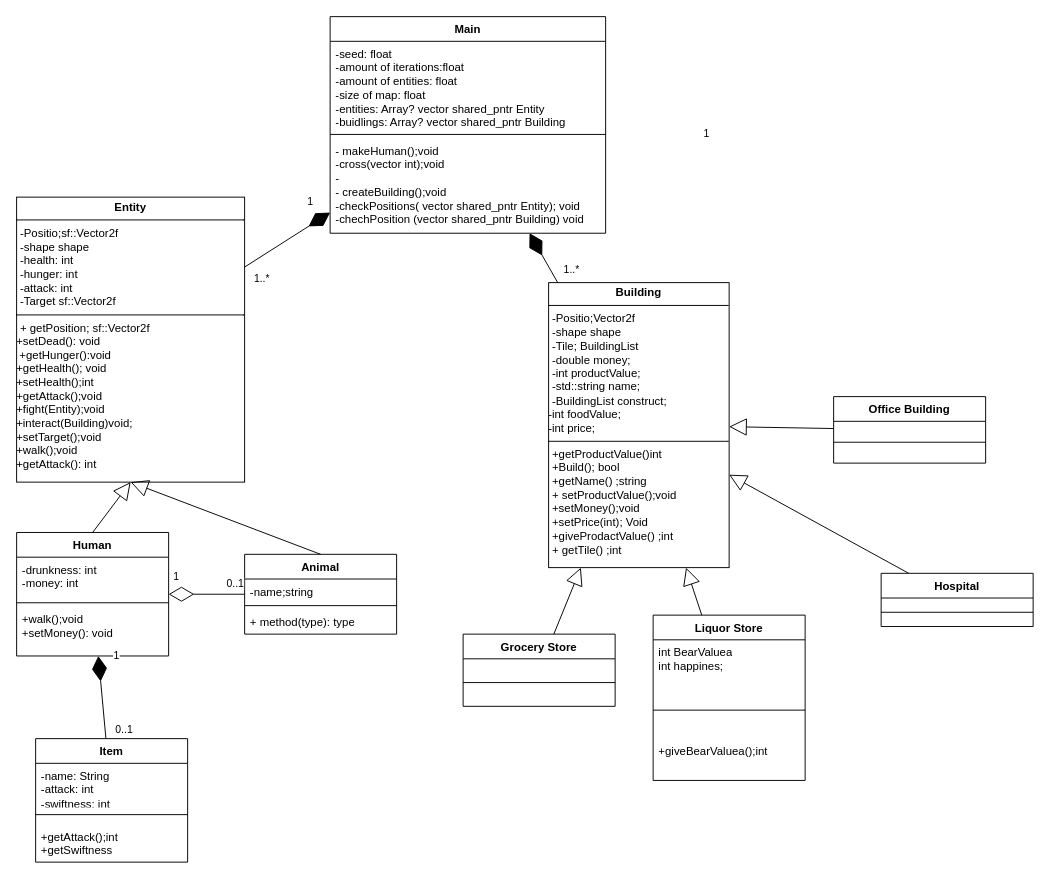
The draw.io diagram drawio/Diagram bez tytułu.drawio in KacKep/city_simulator, before the edit. Source tidied: cells renumbered, new cells numbered last; positions are measured from the earlier drawing's top-left corner, leaving out a move shared by most shapes. Both pictures are drawn from the tidied source at 95%, with x=0, y=0 at pixel (16, 16).
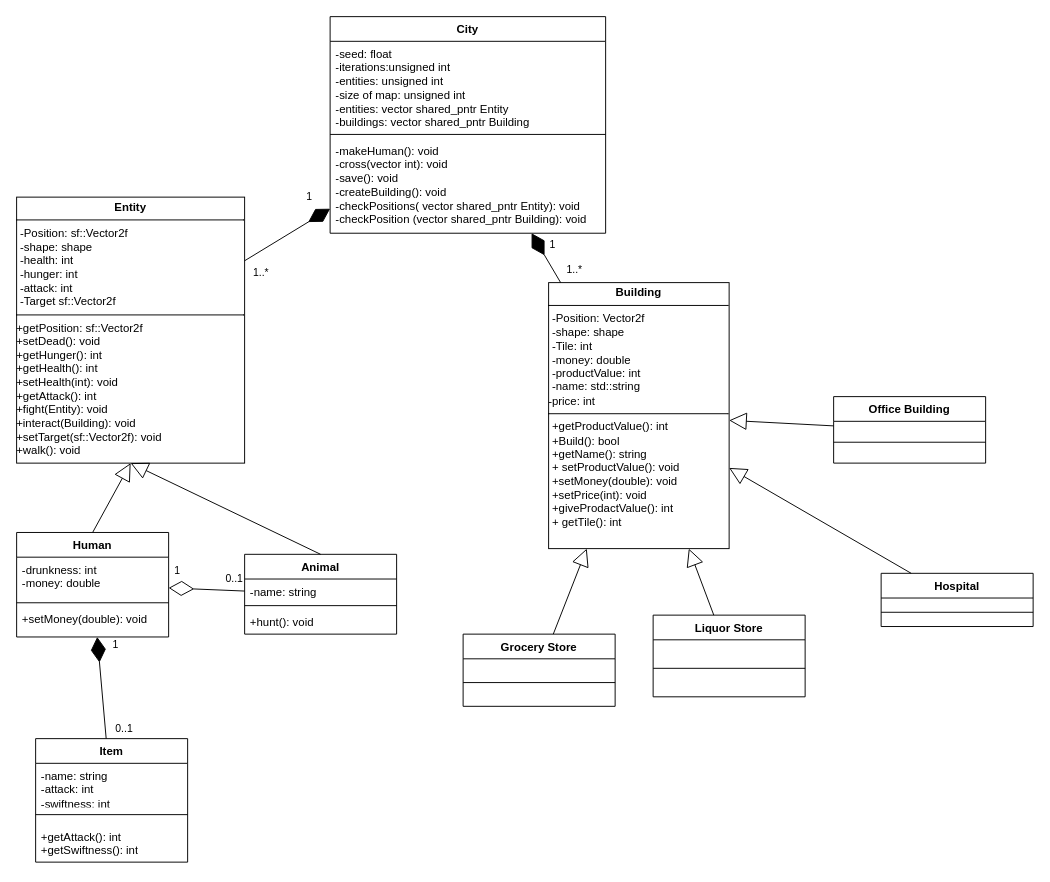
Above is the later version.

Unchanged cells that the change refers to:
```xml
<mxCell id="12" value="Animal" style="swimlane;fontStyle=1;align=center;verticalAlign=top;horizontal=1;startSize=26;whiteSpace=wrap;html=1;" parent="1" vertex="1">
  <mxGeometry x="240" y="566" width="160" height="84" as="geometry" />
</mxCell>
<mxCell id="16" value="Item" style="swimlane;fontStyle=1;align=center;verticalAlign=top;horizontal=1;startSize=26;whiteSpace=wrap;html=1;" parent="1" vertex="1">
  <mxGeometry x="20" y="760" width="160" height="130" as="geometry" />
</mxCell>
<mxCell id="42" value="1..*" style="endArrow=diamondThin;endFill=1;endSize=24;html=1;rounded=0;" parent="1" edge="1" source="7" target="2">
  <mxGeometry x="-0.84" y="-20" relative="1" as="geometry" />
</mxCell>
```

Diff of the diagram source:
```diff
@@
-    <mxCell id="2" value="Main" style="swimlane;fontStyle=1;align=center;verticalAlign=top;horizontal=1;startSize=26;whiteSpace=wrap;html=1;" parent="1" vertex="1">
+    <mxCell id="2" value="City" style="swimlane;fontStyle=1;align=center;verticalAlign=top;horizontal=1;startSize=26;whiteSpace=wrap;html=1;" parent="1" vertex="1">
       <mxGeometry x="330" width="290" height="228" as="geometry" />
     </mxCell>
-    <mxCell id="3" value="&lt;div&gt;-seed: float&lt;/div&gt;&lt;div&gt;-amount of iterations:float&lt;/div&gt;&lt;div&gt;-amount of entities: float&lt;/div&gt;&lt;div&gt;-size of map: float&lt;/div&gt;&lt;div&gt;-entities: Array? vector shared_pntr Entity&lt;/div&gt;&lt;div&gt;-buidlings: Array? vector shared_pntr Building&lt;/div&gt;&lt;div&gt;&lt;br&gt;&lt;/div&gt;&lt;div&gt;&lt;br&gt;&lt;/div&gt;" style="text;strokeColor=none;fillColor=none;align=left;verticalAlign=top;spacingLeft=4;spacingRight=4;overflow=hidden;whiteSpace=wrap;html=1;" parent="2" vertex="1">
+    <mxCell id="3" value="&lt;div&gt;-seed: float&lt;/div&gt;&lt;div&gt;-iterations:&lt;span class=&quot;html-span xdj266r x11i5rnm xat24cr x1mh8g0r xexx8yu x4uap5 x18d9i69 xkhd6sd x1hl2dhg x16tdsg8 x1vvkbs x4k7w5x x1h91t0o x1h9r5lt x1jfb8zj xv2umb2 x1beo9mf xaigb6o x12ejxvf x3igimt xarpa2k xedcshv x1lytzrv x1t2pt76 x7ja8zs x1qrby5j&quot;&gt;&lt;span dir=&quot;auto&quot; style=&quot;----base-line-clamp-line-height: 19.9995px; --lineHeight: 19.9995px;&quot; class=&quot;x1lliihq x1plvlek xryxfnj x1n2onr6 x1ji0vk5 x18bv5gf x193iq5w xeuugli x13faqbe x1vvkbs x1s928wv xhkezso x1gmr53x x1cpjm7i x1fgarty x1943h6x x1xmvt09 x6prxxf x1fcty0u xw2npq5 xudqn12 x3x7a5m xq9mrsl&quot;&gt;unsigned int&lt;/span&gt;&lt;/span&gt;&lt;/div&gt;&lt;div&gt;-entities: &lt;span class=&quot;html-span xdj266r x11i5rnm xat24cr x1mh8g0r xexx8yu x4uap5 x18d9i69 xkhd6sd x1hl2dhg x16tdsg8 x1vvkbs x4k7w5x x1h91t0o x1h9r5lt x1jfb8zj xv2umb2 x1beo9mf xaigb6o x12ejxvf x3igimt xarpa2k xedcshv x1lytzrv x1t2pt76 x7ja8zs x1qrby5j&quot;&gt;&lt;span dir=&quot;auto&quot; style=&quot;----base-line-clamp-line-height: 19.9995px; --lineHeight: 19.9995px;&quot; class=&quot;x1lliihq x1plvlek xryxfnj x1n2onr6 x1ji0vk5 x18bv5gf x193iq5w xeuugli x13faqbe x1vvkbs x1s928wv xhkezso x1gmr53x x1cpjm7i x1fgarty x1943h6x x1xmvt09 x6prxxf x1fcty0u xw2npq5 xudqn12 x3x7a5m xq9mrsl&quot;&gt;unsigned int&lt;/span&gt;&lt;/span&gt;&lt;/div&gt;&lt;div&gt;-size of map: &lt;span class=&quot;html-span xdj266r x11i5rnm xat24cr x1mh8g0r xexx8yu x4uap5 x18d9i69 xkhd6sd x1hl2dhg x16tdsg8 x1vvkbs x4k7w5x x1h91t0o x1h9r5lt x1jfb8zj xv2umb2 x1beo9mf xaigb6o x12ejxvf x3igimt xarpa2k xedcshv x1lytzrv x1t2pt76 x7ja8zs x1qrby5j&quot;&gt;&lt;span dir=&quot;auto&quot; style=&quot;----base-line-clamp-line-height: 19.9995px; --lineHeight: 19.9995px;&quot; class=&quot;x1lliihq x1plvlek xryxfnj x1n2onr6 x1ji0vk5 x18bv5gf x193iq5w xeuugli x13faqbe x1vvkbs x1s928wv xhkezso x1gmr53x x1cpjm7i x1fgarty x1943h6x x1xmvt09 x6prxxf x1fcty0u xw2npq5 xudqn12 x3x7a5m xq9mrsl&quot;&gt;unsigned int&lt;/span&gt;&lt;/span&gt;&lt;/div&gt;&lt;div&gt;-entities: vector shared_pntr Entity&lt;/div&gt;&lt;div&gt;-buildings: vector shared_pntr Building&lt;/div&gt;&lt;div&gt;&lt;br&gt;&lt;/div&gt;&lt;div&gt;&lt;br&gt;&lt;/div&gt;" style="text;strokeColor=none;fillColor=none;align=left;verticalAlign=top;spacingLeft=4;spacingRight=4;overflow=hidden;whiteSpace=wrap;html=1;" parent="2" vertex="1">
       <mxGeometry y="26" width="290" height="94" as="geometry" />
     </mxCell>
@@
-    <mxCell id="5" value="&lt;div&gt;- makeHuman();void&lt;/div&gt;&lt;div&gt;-cross(vector int);void&lt;/div&gt;&lt;div&gt;-&lt;/div&gt;&lt;div&gt;- createBuilding();void&lt;/div&gt;&lt;div&gt;-checkPositions(&amp;nbsp;&lt;span style=&quot;background-color: transparent; color: light-dark(rgb(0, 0, 0), rgb(255, 255, 255));&quot;&gt;vector shared_pntr Entity); void&lt;br&gt;&lt;/span&gt;-chechPosition (&lt;span style=&quot;background-color: transparent; color: light-dark(rgb(0, 0, 0), rgb(255, 255, 255));&quot;&gt;vector shared_pntr Building&lt;/span&gt;&lt;span style=&quot;background-color: transparent; color: light-dark(rgb(0, 0, 0), rgb(255, 255, 255));&quot;&gt;) void&lt;/span&gt;&lt;/div&gt;" style="text;strokeColor=none;fillColor=none;align=left;verticalAlign=top;spacingLeft=4;spacingRight=4;overflow=hidden;whiteSpace=wrap;html=1;" parent="2" vertex="1">
+    <mxCell id="5" value="&lt;div&gt;-makeHuman(): void&lt;/div&gt;&lt;div&gt;-cross(vector int): void&lt;/div&gt;&lt;div&gt;-&lt;span class=&quot;html-span xdj266r x11i5rnm xat24cr x1mh8g0r xexx8yu x4uap5 x18d9i69 xkhd6sd x1hl2dhg x16tdsg8 x1vvkbs x4k7w5x x1h91t0o x1h9r5lt x1jfb8zj xv2umb2 x1beo9mf xaigb6o x12ejxvf x3igimt xarpa2k xedcshv x1lytzrv x1t2pt76 x7ja8zs x1qrby5j&quot;&gt;&lt;span dir=&quot;auto&quot; style=&quot;----base-line-clamp-line-height: 19.9995px; --lineHeight: 19.9995px;&quot; class=&quot;x1lliihq x1plvlek xryxfnj x1n2onr6 x1ji0vk5 x18bv5gf x193iq5w xeuugli x13faqbe x1vvkbs x1s928wv xhkezso x1gmr53x x1cpjm7i x1fgarty x1943h6x x1xmvt09 x6prxxf x1fcty0u xnba3h0 xudqn12 x3x7a5m xq9mrsl&quot;&gt;save(): void&lt;/span&gt;&lt;/span&gt;&lt;/div&gt;&lt;div&gt;-createBuilding(): void&lt;/div&gt;&lt;div&gt;-checkPositions(&amp;nbsp;&lt;span style=&quot;background-color: transparent; color: light-dark(rgb(0, 0, 0), rgb(255, 255, 255));&quot;&gt;vector shared_pntr Entity): void&lt;br&gt;&lt;/span&gt;-checkPosition (&lt;span style=&quot;background-color: transparent; color: light-dark(rgb(0, 0, 0), rgb(255, 255, 255));&quot;&gt;vector shared_pntr Building&lt;/span&gt;&lt;span style=&quot;background-color: transparent; color: light-dark(rgb(0, 0, 0), rgb(255, 255, 255));&quot;&gt;): void&lt;/span&gt;&lt;/div&gt;" style="text;strokeColor=none;fillColor=none;align=left;verticalAlign=top;spacingLeft=4;spacingRight=4;overflow=hidden;whiteSpace=wrap;html=1;" parent="2" vertex="1">
       <mxGeometry y="128" width="290" height="100" as="geometry" />
     </mxCell>
-    <mxCell id="6" value="&lt;p style=&quot;margin:0px;margin-top:4px;text-align:center;&quot;&gt;&lt;b&gt;Entity&lt;/b&gt;&lt;/p&gt;&lt;hr size=&quot;1&quot; style=&quot;border-style:solid;&quot;&gt;&lt;p style=&quot;margin: 0px 0px 0px 4px;&quot;&gt;-Positio;sf::Vector2f&lt;/p&gt;&lt;p style=&quot;margin: 0px 0px 0px 4px;&quot;&gt;-shape shape&lt;/p&gt;&lt;p style=&quot;margin:0px;margin-left:4px;&quot;&gt;&lt;span style=&quot;background-color: transparent; color: light-dark(rgb(0, 0, 0), rgb(255, 255, 255));&quot;&gt;-health: int&lt;/span&gt;&lt;/p&gt;&lt;p style=&quot;margin:0px;margin-left:4px;&quot;&gt;&lt;span style=&quot;background-color: transparent; color: light-dark(rgb(0, 0, 0), rgb(255, 255, 255));&quot;&gt;-hunger: int&lt;/span&gt;&lt;/p&gt;&lt;p style=&quot;margin:0px;margin-left:4px;&quot;&gt;-attack: int&lt;/p&gt;&lt;p style=&quot;margin:0px;margin-left:4px;&quot;&gt;-Target sf::Vector2f&lt;/p&gt;&lt;hr size=&quot;1&quot; style=&quot;border-style:solid;&quot;&gt;&lt;p style=&quot;margin:0px;margin-left:4px;&quot;&gt;+ getPosition&lt;span style=&quot;background-color: transparent; color: light-dark(rgb(0, 0, 0), rgb(255, 255, 255));&quot;&gt;;&amp;nbsp;&lt;/span&gt;&lt;span style=&quot;background-color: transparent; color: light-dark(rgb(0, 0, 0), rgb(255, 255, 255));&quot;&gt;sf::Vector2f&lt;/span&gt;&lt;/p&gt;&lt;div&gt;+setDead(): void&lt;br&gt;&amp;nbsp;+getHunger():void&lt;/div&gt;&lt;div&gt;+getHealth(); void&lt;/div&gt;&lt;div&gt;+setHealth();int&lt;/div&gt;&lt;div&gt;+getAttack();void&lt;/div&gt;&lt;div&gt;+fight(Entity);void&lt;br&gt;+interact(Building)void;&lt;/div&gt;&lt;div&gt;+setTarget();void&lt;/div&gt;&lt;div&gt;+walk();void&lt;/div&gt;&lt;div&gt;+getAttack(): int&lt;/div&gt;" style="verticalAlign=top;align=left;overflow=fill;html=1;whiteSpace=wrap;" parent="1" vertex="1">
-      <mxGeometry y="190" width="240" height="300" as="geometry" />
+    <mxCell id="6" value="&lt;p style=&quot;margin:0px;margin-top:4px;text-align:center;&quot;&gt;&lt;b&gt;Entity&lt;/b&gt;&lt;/p&gt;&lt;hr size=&quot;1&quot; style=&quot;border-style:solid;&quot;&gt;&lt;p style=&quot;margin: 0px 0px 0px 4px;&quot;&gt;-Position: sf::Vector2f&lt;/p&gt;&lt;p style=&quot;margin: 0px 0px 0px 4px;&quot;&gt;-shape: shape&lt;/p&gt;&lt;p style=&quot;margin:0px;margin-left:4px;&quot;&gt;&lt;span style=&quot;background-color: transparent; color: light-dark(rgb(0, 0, 0), rgb(255, 255, 255));&quot;&gt;-health: int&lt;/span&gt;&lt;/p&gt;&lt;p style=&quot;margin:0px;margin-left:4px;&quot;&gt;&lt;span style=&quot;background-color: transparent; color: light-dark(rgb(0, 0, 0), rgb(255, 255, 255));&quot;&gt;-hunger: int&lt;/span&gt;&lt;/p&gt;&lt;p style=&quot;margin:0px;margin-left:4px;&quot;&gt;-attack: int&lt;/p&gt;&lt;p style=&quot;margin:0px;margin-left:4px;&quot;&gt;-Target sf::Vector2f&lt;/p&gt;&lt;hr size=&quot;1&quot; style=&quot;border-style:solid;&quot;&gt;+getPosition&lt;span style=&quot;background-color: transparent; color: light-dark(rgb(0, 0, 0), rgb(255, 255, 255));&quot;&gt;: &lt;/span&gt;&lt;span style=&quot;background-color: transparent; color: light-dark(rgb(0, 0, 0), rgb(255, 255, 255));&quot;&gt;sf::Vector2f&lt;/span&gt;&lt;div&gt;+setDead(): void&lt;br&gt;+getHunger(): int&lt;/div&gt;&lt;div&gt;+getHealth(): int&lt;/div&gt;&lt;div&gt;+setHealth(int): void&lt;/div&gt;&lt;div&gt;+getAttack(): int&lt;/div&gt;&lt;div&gt;+fight(Entity): void&lt;br&gt;+interact(Building): void&lt;/div&gt;&lt;div&gt;+setTarget(&lt;span style=&quot;background-color: transparent; color: light-dark(rgb(0, 0, 0), rgb(255, 255, 255));&quot;&gt;&lt;/span&gt;&lt;span style=&quot;background-color: transparent; color: light-dark(rgb(0, 0, 0), rgb(255, 255, 255));&quot;&gt;sf::Vector2f&lt;/span&gt;): void&lt;/div&gt;&lt;div&gt;+walk(): void&lt;/div&gt;" style="verticalAlign=top;align=left;overflow=fill;html=1;whiteSpace=wrap;" parent="1" vertex="1">
+      <mxGeometry y="190" width="240" height="280" as="geometry" />
     </mxCell>
-    <mxCell id="7" value="&lt;p style=&quot;margin:0px;margin-top:4px;text-align:center;&quot;&gt;&lt;b&gt;Building&lt;/b&gt;&lt;/p&gt;&lt;hr size=&quot;1&quot; style=&quot;border-style:solid;&quot;&gt;&lt;p style=&quot;margin:0px;margin-left:4px;&quot;&gt;-Positio;Vector2f&lt;/p&gt;&lt;p style=&quot;margin:0px;margin-left:4px;&quot;&gt;-shape shape&lt;/p&gt;&lt;p style=&quot;margin:0px;margin-left:4px;&quot;&gt;-Tile; BuildingList&lt;br&gt;&lt;/p&gt;&lt;p style=&quot;margin:0px;margin-left:4px;&quot;&gt;-double money;&lt;/p&gt;&lt;p style=&quot;margin:0px;margin-left:4px;&quot;&gt;-int productValue;&lt;/p&gt;&lt;p style=&quot;margin:0px;margin-left:4px;&quot;&gt;-std::string name;&lt;/p&gt;&lt;p style=&quot;margin:0px;margin-left:4px;&quot;&gt;-BuildingList construct;&lt;/p&gt;&lt;div&gt;-int foodValue;&lt;/div&gt;&lt;div&gt;-int price;&lt;/div&gt;&lt;p style=&quot;margin:0px;margin-left:4px;&quot;&gt;&lt;/p&gt;&lt;hr size=&quot;1&quot; style=&quot;border-style:solid;&quot;&gt;&lt;p style=&quot;margin:0px;margin-left:4px;&quot;&gt;+getProductValue()int&lt;/p&gt;&lt;p style=&quot;margin:0px;margin-left:4px;&quot;&gt;+Build(); bool&lt;/p&gt;&lt;p style=&quot;margin:0px;margin-left:4px;&quot;&gt;+getName() ;&lt;span style=&quot;background-color: transparent; color: light-dark(rgb(0, 0, 0), rgb(255, 255, 255));&quot;&gt;string&lt;/span&gt;&lt;/p&gt;&lt;p style=&quot;margin:0px;margin-left:4px;&quot;&gt;+ setProductValue();&lt;span style=&quot;background-color: transparent; color: light-dark(rgb(0, 0, 0), rgb(255, 255, 255));&quot;&gt;void&lt;/span&gt;&lt;/p&gt;&lt;p style=&quot;margin:0px;margin-left:4px;&quot;&gt;+setMoney();&lt;span style=&quot;background-color: transparent; color: light-dark(rgb(0, 0, 0), rgb(255, 255, 255));&quot;&gt;void&lt;/span&gt;&lt;span style=&quot;background-color: transparent; color: light-dark(rgb(0, 0, 0), rgb(255, 255, 255));&quot;&gt;&amp;nbsp;&lt;/span&gt;&lt;/p&gt;&lt;p style=&quot;margin:0px;margin-left:4px;&quot;&gt;&lt;span style=&quot;background-color: transparent; color: light-dark(rgb(0, 0, 0), rgb(255, 255, 255));&quot;&gt;+setPrice(int); Void&lt;/span&gt;&lt;/p&gt;&lt;p style=&quot;margin:0px;margin-left:4px;&quot;&gt;+giveProdactValue() ;&lt;span style=&quot;background-color: transparent; color: light-dark(rgb(0, 0, 0), rgb(255, 255, 255));&quot;&gt;int&lt;/span&gt;&lt;span style=&quot;background-color: transparent; color: light-dark(rgb(0, 0, 0), rgb(255, 255, 255));&quot;&gt;&amp;nbsp;&lt;/span&gt;&lt;/p&gt;&lt;p style=&quot;margin:0px;margin-left:4px;&quot;&gt;+ getTile() ;int&lt;/p&gt;" style="verticalAlign=top;align=left;overflow=fill;html=1;whiteSpace=wrap;" parent="1" vertex="1">
-      <mxGeometry x="560" y="280" width="190" height="300" as="geometry" />
+    <mxCell id="7" value="&lt;p style=&quot;margin:0px;margin-top:4px;text-align:center;&quot;&gt;&lt;b&gt;Building&lt;/b&gt;&lt;/p&gt;&lt;hr size=&quot;1&quot; style=&quot;border-style:solid;&quot;&gt;&lt;p style=&quot;margin:0px;margin-left:4px;&quot;&gt;-Position: Vector2f&lt;/p&gt;&lt;p style=&quot;margin:0px;margin-left:4px;&quot;&gt;-shape: shape&lt;/p&gt;&lt;p style=&quot;margin:0px;margin-left:4px;&quot;&gt;-Tile: int&lt;/p&gt;&lt;p style=&quot;margin:0px;margin-left:4px;&quot;&gt;-money: double&lt;/p&gt;&lt;p style=&quot;margin:0px;margin-left:4px;&quot;&gt;-productValue: int&lt;/p&gt;&lt;p style=&quot;margin:0px;margin-left:4px;&quot;&gt;-name: std::string&lt;/p&gt;&lt;div&gt;-price: int&lt;/div&gt;&lt;p style=&quot;margin:0px;margin-left:4px;&quot;&gt;&lt;/p&gt;&lt;hr size=&quot;1&quot; style=&quot;border-style:solid;&quot;&gt;&lt;p style=&quot;margin:0px;margin-left:4px;&quot;&gt;+getProductValue(): int&lt;/p&gt;&lt;p style=&quot;margin:0px;margin-left:4px;&quot;&gt;+Build(): bool&lt;/p&gt;&lt;p style=&quot;margin:0px;margin-left:4px;&quot;&gt;+getName(): &lt;span style=&quot;background-color: transparent; color: light-dark(rgb(0, 0, 0), rgb(255, 255, 255));&quot;&gt;string&lt;/span&gt;&lt;/p&gt;&lt;p style=&quot;margin:0px;margin-left:4px;&quot;&gt;+ setProductValue(): &lt;span style=&quot;background-color: transparent; color: light-dark(rgb(0, 0, 0), rgb(255, 255, 255));&quot;&gt;void&lt;/span&gt;&lt;/p&gt;&lt;p style=&quot;margin:0px;margin-left:4px;&quot;&gt;+setMoney(double): &lt;span style=&quot;background-color: transparent; color: light-dark(rgb(0, 0, 0), rgb(255, 255, 255));&quot;&gt;void&lt;/span&gt;&lt;span style=&quot;background-color: transparent; color: light-dark(rgb(0, 0, 0), rgb(255, 255, 255));&quot;&gt;&amp;nbsp;&lt;/span&gt;&lt;/p&gt;&lt;p style=&quot;margin:0px;margin-left:4px;&quot;&gt;&lt;span style=&quot;background-color: transparent; color: light-dark(rgb(0, 0, 0), rgb(255, 255, 255));&quot;&gt;+setPrice(int): void&lt;/span&gt;&lt;/p&gt;&lt;p style=&quot;margin:0px;margin-left:4px;&quot;&gt;+giveProdactValue(): &lt;span style=&quot;background-color: transparent; color: light-dark(rgb(0, 0, 0), rgb(255, 255, 255));&quot;&gt;int&lt;/span&gt;&lt;span style=&quot;background-color: transparent; color: light-dark(rgb(0, 0, 0), rgb(255, 255, 255));&quot;&gt;&amp;nbsp;&lt;/span&gt;&lt;/p&gt;&lt;p style=&quot;margin:0px;margin-left:4px;&quot;&gt;+ getTile(): int&lt;/p&gt;" style="verticalAlign=top;align=left;overflow=fill;html=1;whiteSpace=wrap;" parent="1" vertex="1">
+      <mxGeometry x="560" y="280" width="190" height="280" as="geometry" />
     </mxCell>
     <mxCell id="8" value="Human" style="swimlane;fontStyle=1;align=center;verticalAlign=top;horizontal=1;startSize=26;whiteSpace=wrap;html=1;" parent="1" vertex="1">
-      <mxGeometry y="543" width="160" height="130" as="geometry" />
+      <mxGeometry y="543" width="160" height="110" as="geometry" />
     </mxCell>
-    <mxCell id="9" value="&lt;div&gt;&lt;span style=&quot;background-color: transparent; color: light-dark(rgb(0, 0, 0), rgb(255, 255, 255));&quot;&gt;-drunkness: int&lt;/span&gt;&lt;/div&gt;&lt;div&gt;-money: int&lt;/div&gt;" style="text;strokeColor=none;fillColor=none;align=left;verticalAlign=top;spacingLeft=4;spacingRight=4;overflow=hidden;whiteSpace=wrap;html=1;" parent="8" vertex="1">
+    <mxCell id="9" value="&lt;div&gt;&lt;span style=&quot;background-color: transparent; color: light-dark(rgb(0, 0, 0), rgb(255, 255, 255));&quot;&gt;-drunkness: int&lt;/span&gt;&lt;/div&gt;&lt;div&gt;-money: double&lt;/div&gt;" style="text;strokeColor=none;fillColor=none;align=left;verticalAlign=top;spacingLeft=4;spacingRight=4;overflow=hidden;whiteSpace=wrap;html=1;" parent="8" vertex="1">
       <mxGeometry y="26" width="160" height="44" as="geometry" />
     </mxCell>
@@
-    <mxCell id="11" value="&lt;div&gt;&lt;span style=&quot;background-color: transparent; color: light-dark(rgb(0, 0, 0), rgb(255, 255, 255));&quot;&gt;+walk();void&lt;/span&gt;&lt;/div&gt;&lt;div&gt;&lt;span style=&quot;background-color: transparent; color: light-dark(rgb(0, 0, 0), rgb(255, 255, 255));&quot;&gt;+setMoney(): void&lt;/span&gt;&lt;/div&gt;" style="text;strokeColor=none;fillColor=none;align=left;verticalAlign=top;spacingLeft=4;spacingRight=4;overflow=hidden;whiteSpace=wrap;html=1;" parent="8" vertex="1">
-      <mxGeometry y="78" width="160" height="52" as="geometry" />
+    <mxCell id="11" value="&lt;div&gt;&lt;span style=&quot;background-color: transparent; color: light-dark(rgb(0, 0, 0), rgb(255, 255, 255));&quot;&gt;+setMoney(double): void&lt;/span&gt;&lt;/div&gt;" style="text;strokeColor=none;fillColor=none;align=left;verticalAlign=top;spacingLeft=4;spacingRight=4;overflow=hidden;whiteSpace=wrap;html=1;" parent="8" vertex="1">
+      <mxGeometry y="78" width="160" height="32" as="geometry" />
     </mxCell>
@@
-    <mxCell id="13" value="&lt;div&gt;&lt;span style=&quot;background-color: transparent; color: light-dark(rgb(0, 0, 0), rgb(255, 255, 255));&quot;&gt;-name;string&lt;/span&gt;&lt;/div&gt;" style="text;strokeColor=none;fillColor=none;align=left;verticalAlign=top;spacingLeft=4;spacingRight=4;overflow=hidden;whiteSpace=wrap;html=1;" parent="12" vertex="1">
+    <mxCell id="13" value="&lt;div&gt;&lt;span style=&quot;background-color: transparent; color: light-dark(rgb(0, 0, 0), rgb(255, 255, 255));&quot;&gt;-name: string&lt;/span&gt;&lt;/div&gt;" style="text;strokeColor=none;fillColor=none;align=left;verticalAlign=top;spacingLeft=4;spacingRight=4;overflow=hidden;whiteSpace=wrap;html=1;" parent="12" vertex="1">
       <mxGeometry y="26" width="160" height="24" as="geometry" />
     </mxCell>
@@
-    <mxCell id="15" value="+ method(type): type" style="text;strokeColor=none;fillColor=none;align=left;verticalAlign=top;spacingLeft=4;spacingRight=4;overflow=hidden;whiteSpace=wrap;html=1;" parent="12" vertex="1">
+    <mxCell id="15" value="+hunt(): void" style="text;strokeColor=none;fillColor=none;align=left;verticalAlign=top;spacingLeft=4;spacingRight=4;overflow=hidden;whiteSpace=wrap;html=1;" parent="12" vertex="1">
       <mxGeometry y="58" width="160" height="26" as="geometry" />
     </mxCell>
@@
-    <mxCell id="17" value="&lt;div&gt;-name: String&lt;/div&gt;&lt;div&gt;-attack: int&lt;/div&gt;&lt;div&gt;-swiftness: int&lt;/div&gt;" style="text;strokeColor=none;fillColor=none;align=left;verticalAlign=top;spacingLeft=4;spacingRight=4;overflow=hidden;whiteSpace=wrap;html=1;" parent="16" vertex="1">
+    <mxCell id="17" value="&lt;div&gt;-name: string&lt;/div&gt;&lt;div&gt;-attack: int&lt;/div&gt;&lt;div&gt;-swiftness: int&lt;/div&gt;" style="text;strokeColor=none;fillColor=none;align=left;verticalAlign=top;spacingLeft=4;spacingRight=4;overflow=hidden;whiteSpace=wrap;html=1;" parent="16" vertex="1">
       <mxGeometry y="26" width="160" height="44" as="geometry" />
     </mxCell>
@@
-    <mxCell id="19" value="+getAttack();int&lt;div&gt;+getSwiftness&lt;/div&gt;" style="text;strokeColor=none;fillColor=none;align=left;verticalAlign=top;spacingLeft=4;spacingRight=4;overflow=hidden;whiteSpace=wrap;html=1;" parent="16" vertex="1">
+    <mxCell id="19" value="+getAttack(): int&lt;div&gt;+getSwiftness(): int&lt;/div&gt;" style="text;strokeColor=none;fillColor=none;align=left;verticalAlign=top;spacingLeft=4;spacingRight=4;overflow=hidden;whiteSpace=wrap;html=1;" parent="16" vertex="1">
       <mxGeometry y="90" width="160" height="40" as="geometry" />
     </mxCell>
@@
     <mxCell id="24" value="Liquor Store" style="swimlane;fontStyle=1;align=center;verticalAlign=top;horizontal=1;startSize=26;whiteSpace=wrap;html=1;" parent="1" vertex="1">
-      <mxGeometry x="670" y="630" width="160" height="174" as="geometry" />
+      <mxGeometry x="670" y="630" width="160" height="86" as="geometry" />
     </mxCell>
-    <mxCell id="25" value="&lt;div&gt;int BearValuea&lt;/div&gt;&lt;div&gt;int happines;&lt;/div&gt;&lt;div&gt;&lt;br&gt;&lt;/div&gt;" style="text;strokeColor=none;fillColor=none;align=left;verticalAlign=top;spacingLeft=4;spacingRight=4;overflow=hidden;whiteSpace=wrap;html=1;" parent="24" vertex="1">
-      <mxGeometry y="26" width="160" height="44" as="geometry" />
-    </mxCell>
     <mxCell id="26" style="line;strokeWidth=1;fillColor=none;align=left;verticalAlign=middle;spacingTop=-1;spacingLeft=3;spacingRight=3;labelPosition=right;strokeColor=inherit;" parent="24" vertex="1">
-      <mxGeometry y="70" width="160" height="60" as="geometry" />
+      <mxGeometry y="26" width="160" height="60" as="geometry" />
     </mxCell>
-    <mxCell id="27" value="&lt;div&gt;+give&lt;span style=&quot;background-color: transparent; color: light-dark(rgb(0, 0, 0), rgb(255, 255, 255));&quot;&gt;BearValuea&lt;/span&gt;&lt;span style=&quot;background-color: transparent; color: light-dark(rgb(0, 0, 0), rgb(255, 255, 255));&quot;&gt;();int&lt;/span&gt;&lt;/div&gt;" style="text;strokeColor=none;fillColor=none;align=left;verticalAlign=top;spacingLeft=4;spacingRight=4;overflow=hidden;whiteSpace=wrap;html=1;" parent="24" vertex="1">
-      <mxGeometry y="130" width="160" height="44" as="geometry" />
-    </mxCell>
@@
     <mxCell id="43" value="1" style="edgeLabel;html=1;align=center;verticalAlign=middle;" parent="42" vertex="1">
       <mxGeometry x="0.2" y="-2" relative="1" as="geometry">
-        <mxPoint x="172" y="-125" as="offset" />
+        <mxPoint x="7" y="-8" as="offset" />
       </mxGeometry>
     </mxCell>
```
